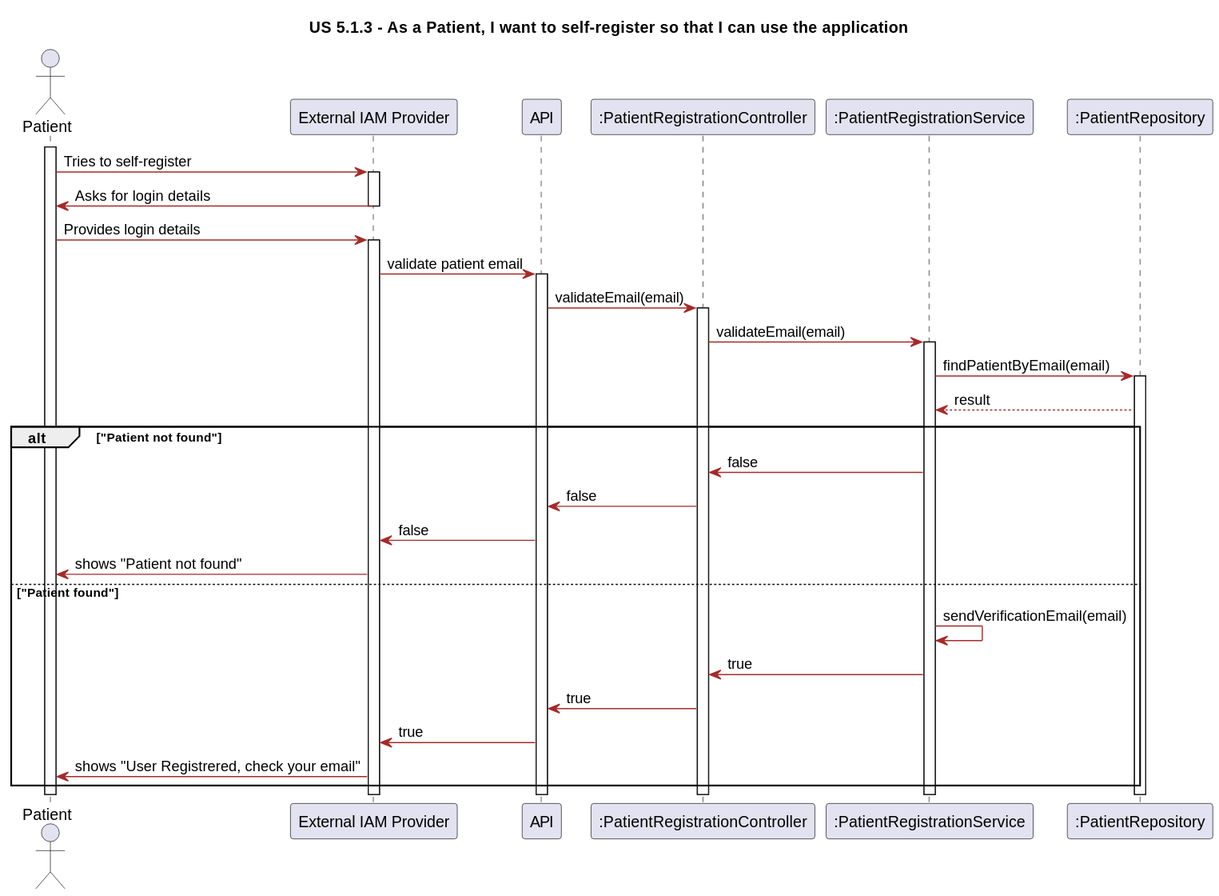
This is Docs/Sprint1/UserStories/LAPR5/us513/design/svg/sequence-diagram.svg from LAPR5-043/sem_5_24_25_043, a PlantUML export, as it was before one commit.
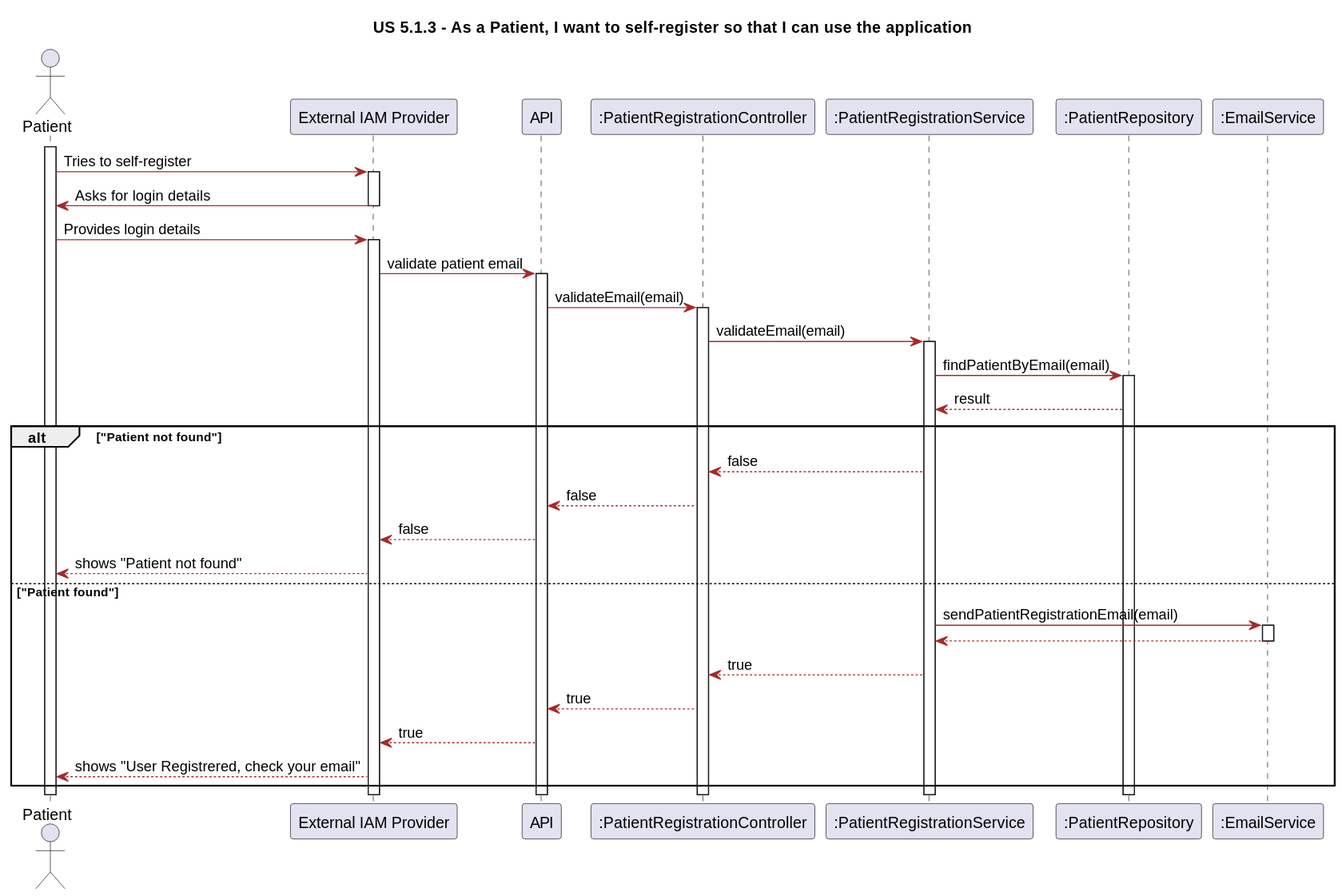
Later version of the same file.

Diff of the diagram source:
```diff
@@ -28,6 +28,7 @@
 participant ":PatientRegistrationController" as PRC
 participant ":PatientRegistrationService" as PRS
 participant ":PatientRepository" as PR
+participant ":EmailService" as ES
 
 activate P
 
@@ -63,24 +64,30 @@
 
 alt "Patient not found"
 
-    PRS -> PRC: false
+    PRS --> PRC: false
 
-    PRC -> API: false
+    PRC --> API: false
 
-    API -> IAM: false
+    API --> IAM: false
 
-    IAM -> P: shows "Patient not found"
+    IAM --> P: shows "Patient not found"
 
 else "Patient found"
 
-    PRS -> PRS: sendVerificationEmail(email)
+    PRS -> ES: sendPatientRegistrationEmail(email)
 
-    PRS -> PRC: true
+    activate ES
 
-    PRC -> API: true
+    ES --> PRS:
 
-    API -> IAM: true
+    deactivate ES
 
-    IAM -> P: shows "User Registrered, check your email"
+    PRS --> PRC: true
+
+    PRC --> API: true
+
+    API --> IAM: true
+
+    IAM --> P: shows "User Registrered, check your email"
 end
 @enduml
```
